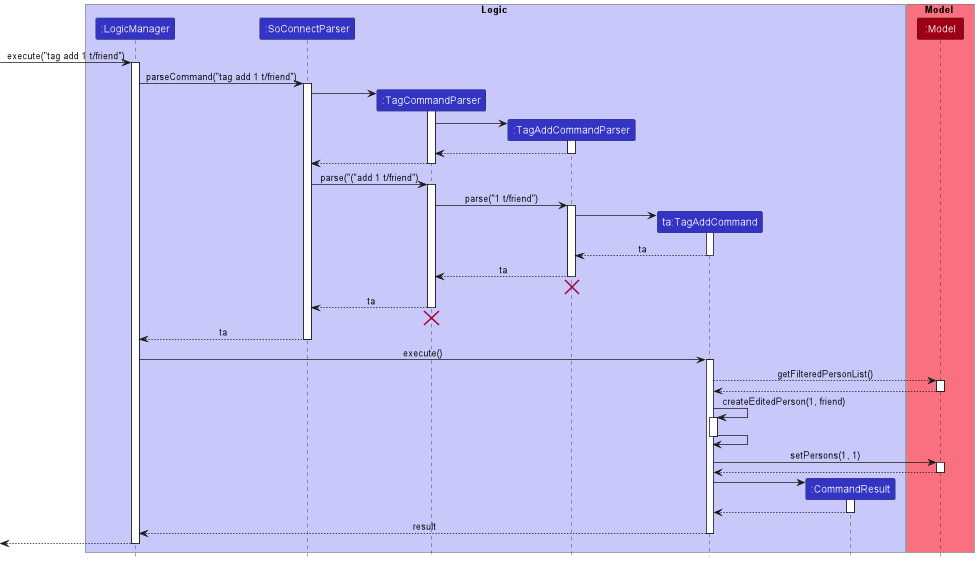
The PlantUML diagram docs/images/TagAddSequenceDiagram.png in nus-cs2103-AY2223S1/tp, before a commit.
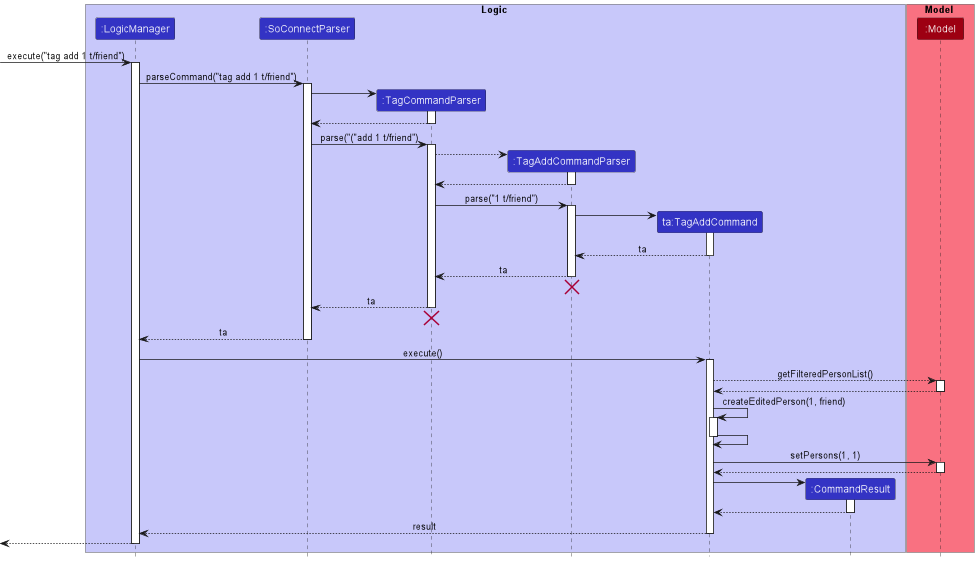
The same file after the commit.

The edit, as a diff of the source:
```diff
@@ -25,18 +25,20 @@
 SoConnectParser -> TagCommandParser
 activate TagCommandParser
 
-create TagAddCommandParser
-TagCommandParser -> TagAddCommandParser
-activate TagAddCommandParser
 
-TagAddCommandParser --> TagCommandParser
-deactivate TagAddCommandParser
 
 TagCommandParser --> SoConnectParser
 deactivate TagCommandParser
 
 SoConnectParser -> TagCommandParser : parse("("add 1 t/friend")
 activate TagCommandParser
+
+create TagAddCommandParser
+TagCommandParser --> TagAddCommandParser
+activate TagAddCommandParser
+
+TagAddCommandParser --> TagCommandParser
+deactivate TagAddCommandParser
 
 TagCommandParser -> TagAddCommandParser : parse("1 t/friend")
 activate TagAddCommandParser
```
